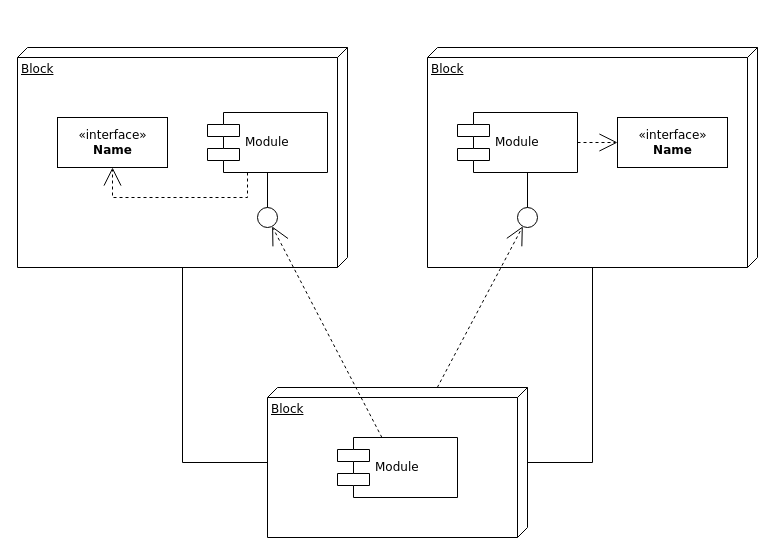
The draw.io diagram diagrams/Untitled Diagram.drawio in sahajre/arch-diagrams, before the edit. Source tidied: cells renumbered, new cells numbered last; positions are measured from the earlier drawing's top-left corner, leaving out a move shared by most shapes. Both pictures are drawn from the tidied source at 100%, with x=0, y=0 at pixel (17, 47).
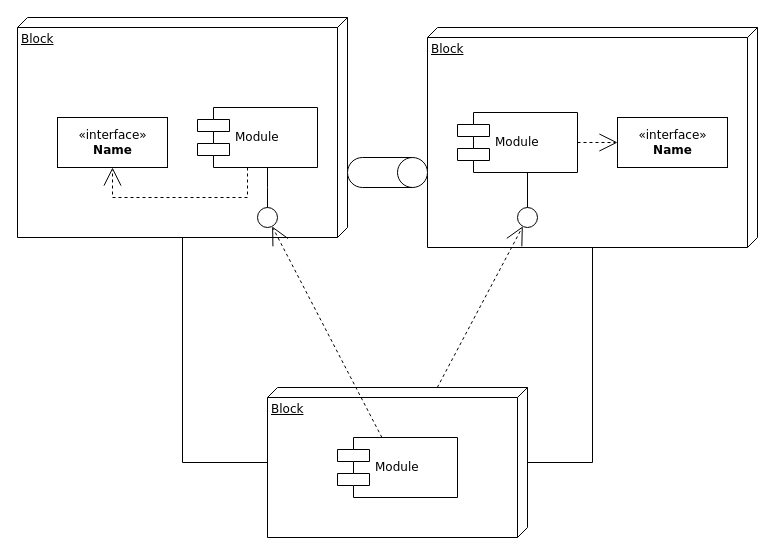
Above is the later version.

What changed in the source:
```diff
@@
     <mxCell id="2" value="Block" style="verticalAlign=top;align=left;spacingTop=8;spacingLeft=2;spacingRight=12;shape=cube;size=10;direction=south;fontStyle=4;html=1;rounded=0;shadow=0;comic=0;labelBackgroundColor=none;strokeWidth=1;fontFamily=Verdana;fontSize=12;" parent="1" vertex="1">
-      <mxGeometry width="330" height="220" as="geometry" />
+      <mxGeometry y="-30" width="330" height="220" as="geometry" />
     </mxCell>
     <mxCell id="3" value="Block" style="verticalAlign=top;align=left;spacingTop=8;spacingLeft=2;spacingRight=12;shape=cube;size=10;direction=south;fontStyle=4;html=1;rounded=0;shadow=0;comic=0;labelBackgroundColor=none;strokeWidth=1;fontFamily=Verdana;fontSize=12;" parent="1" vertex="1">
-      <mxGeometry x="410" width="330" height="220" as="geometry" />
+      <mxGeometry x="410" y="-20" width="330" height="220" as="geometry" />
     </mxCell>
@@
     <mxCell id="6" value="Module" style="shape=component;align=left;spacingLeft=36;rounded=0;shadow=0;comic=0;labelBackgroundColor=none;strokeWidth=1;fontFamily=Verdana;fontSize=12;html=1;" parent="1" vertex="1">
-      <mxGeometry x="190" y="65" width="120" height="60" as="geometry" />
+      <mxGeometry x="180" y="60" width="120" height="60" as="geometry" />
     </mxCell>
@@
+    <mxCell id="20" style="shape=cylinder3;whiteSpace=wrap;html=1;boundedLbl=1;backgroundOutline=1;size=15;direction=south;" parent="1" vertex="1">
+      <mxGeometry x="330" y="110" width="80" height="30" as="geometry" />
+    </mxCell>
```
